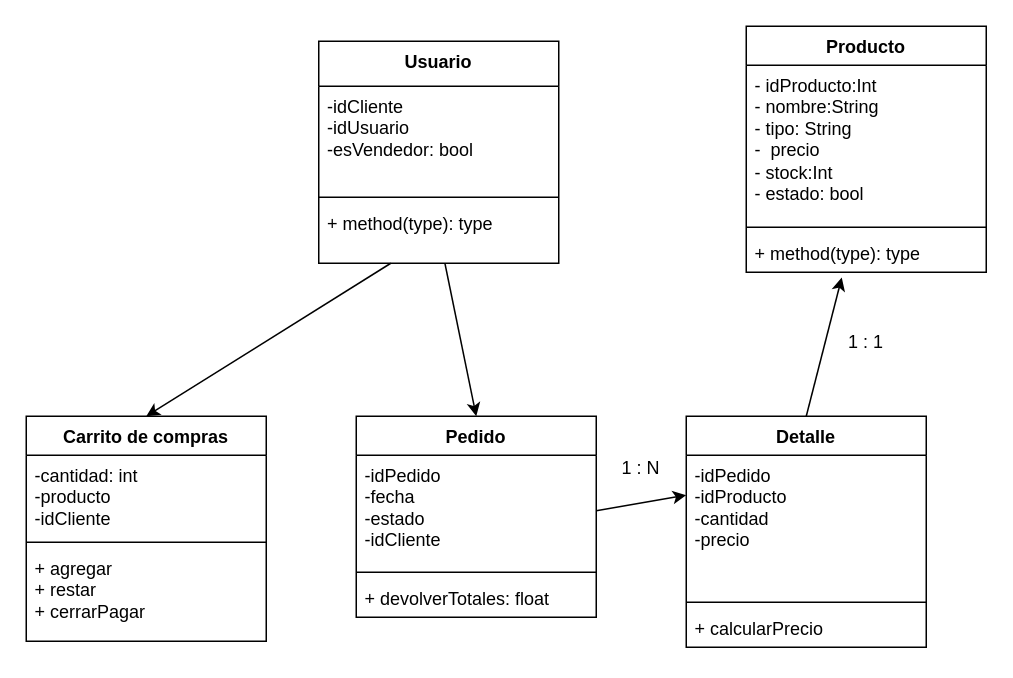
Earlier version of the draw.io diagram page "Página-2" (2 of 2) of DesignEntity.drawio (CAC23319-G17/tpintegrador). Source tidied: cells renumbered, new cells numbered last; positions are measured from the earlier drawing's top-left corner, leaving out a move shared by most shapes. Both pictures are drawn from the tidied source at 150%, with x=0, y=0 at pixel (26, 26).
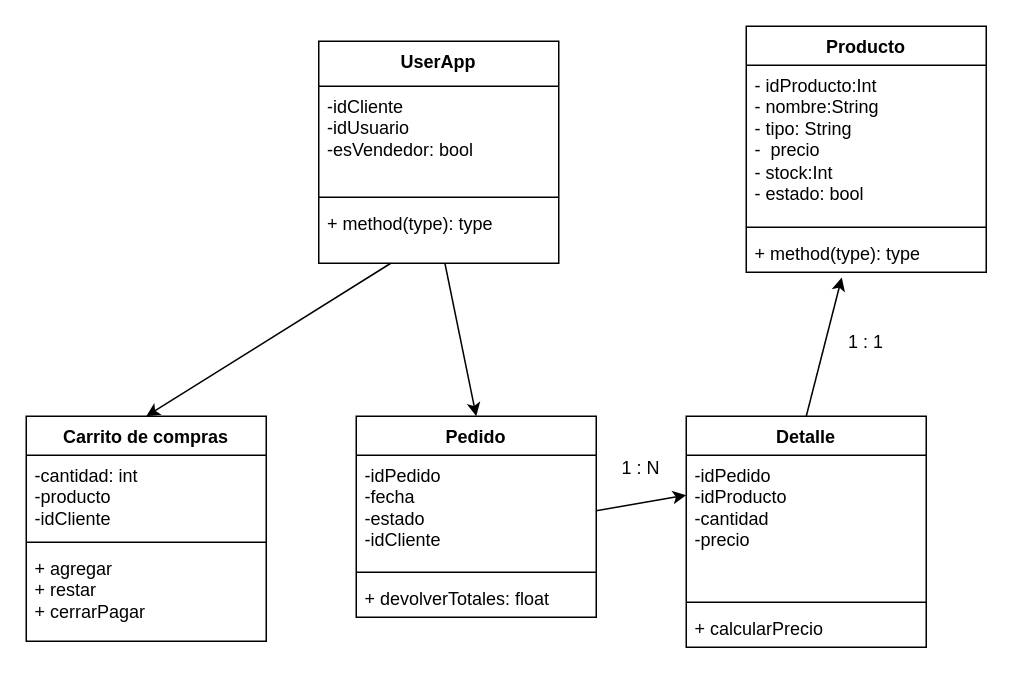
The same page after the edit.

Commit message (it also covers changes not shown here):
Creacion de todas las aplicaciones, urls, setting

Change to the diagram source:
```diff
@@
-    <mxCell id="2" value="Usuario" style="swimlane;fontStyle=1;align=center;verticalAlign=top;horizontal=1;startSize=30;whiteSpace=wrap;html=1;" parent="1" vertex="1">
+    <mxCell id="2" value="UserApp" style="swimlane;fontStyle=1;align=center;verticalAlign=top;horizontal=1;startSize=30;whiteSpace=wrap;html=1;" parent="1" vertex="1">
       <mxGeometry x="195" y="10" width="160" height="148" as="geometry" />
     </mxCell>
```
